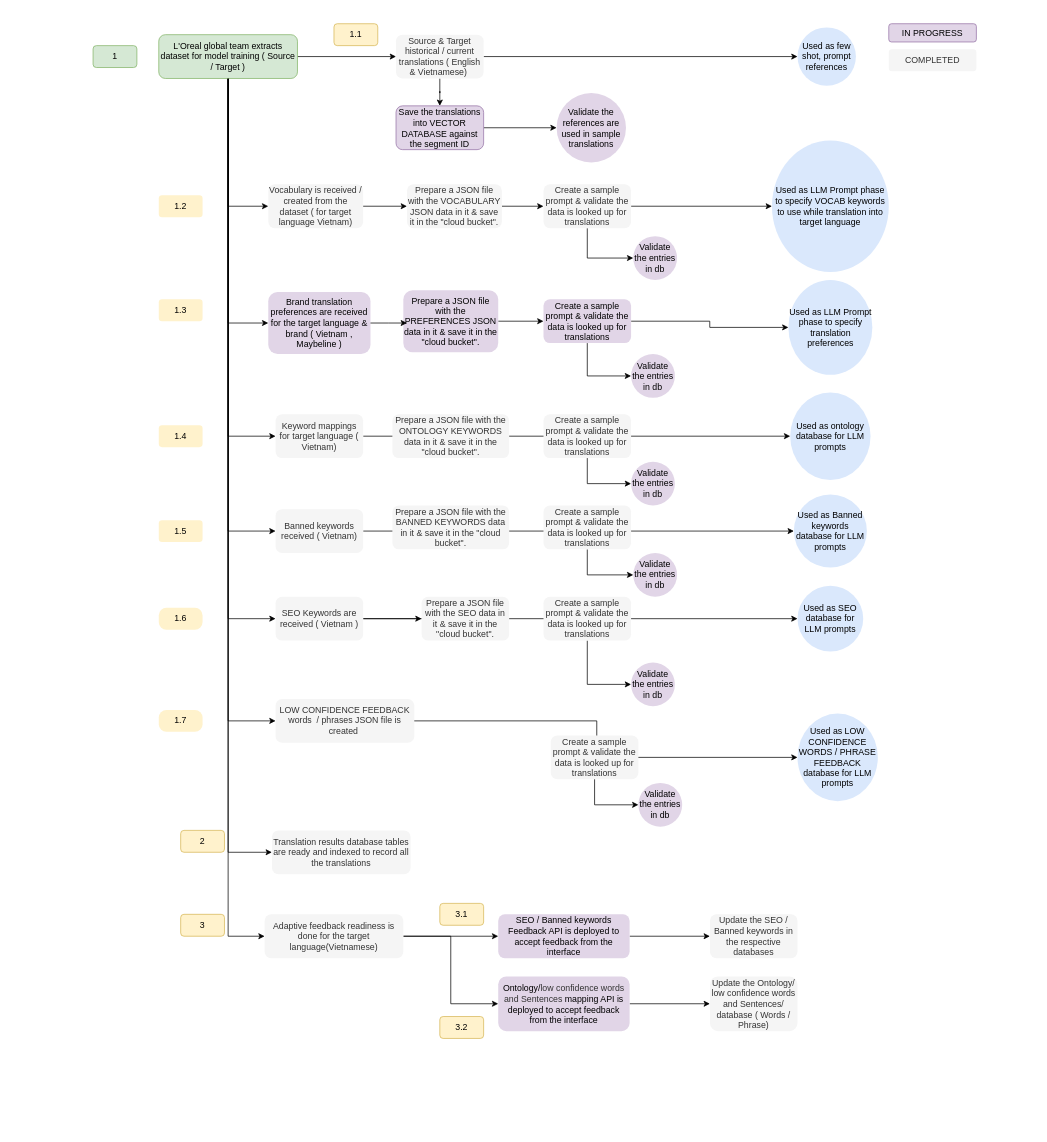
Before: page "Pre Translation" (1 of 3) of GenAI_WSF_Translation_Process_Flow.drawio in nsareen-oa/diagrams, a draw.io diagram. Source tidied: cells renumbered, new cells numbered last; positions are measured from the earlier drawing's top-left corner, leaving out a move shared by most shapes. Both pictures are drawn from the tidied source at 73%, with x=0, y=0 at pixel (12, 12).
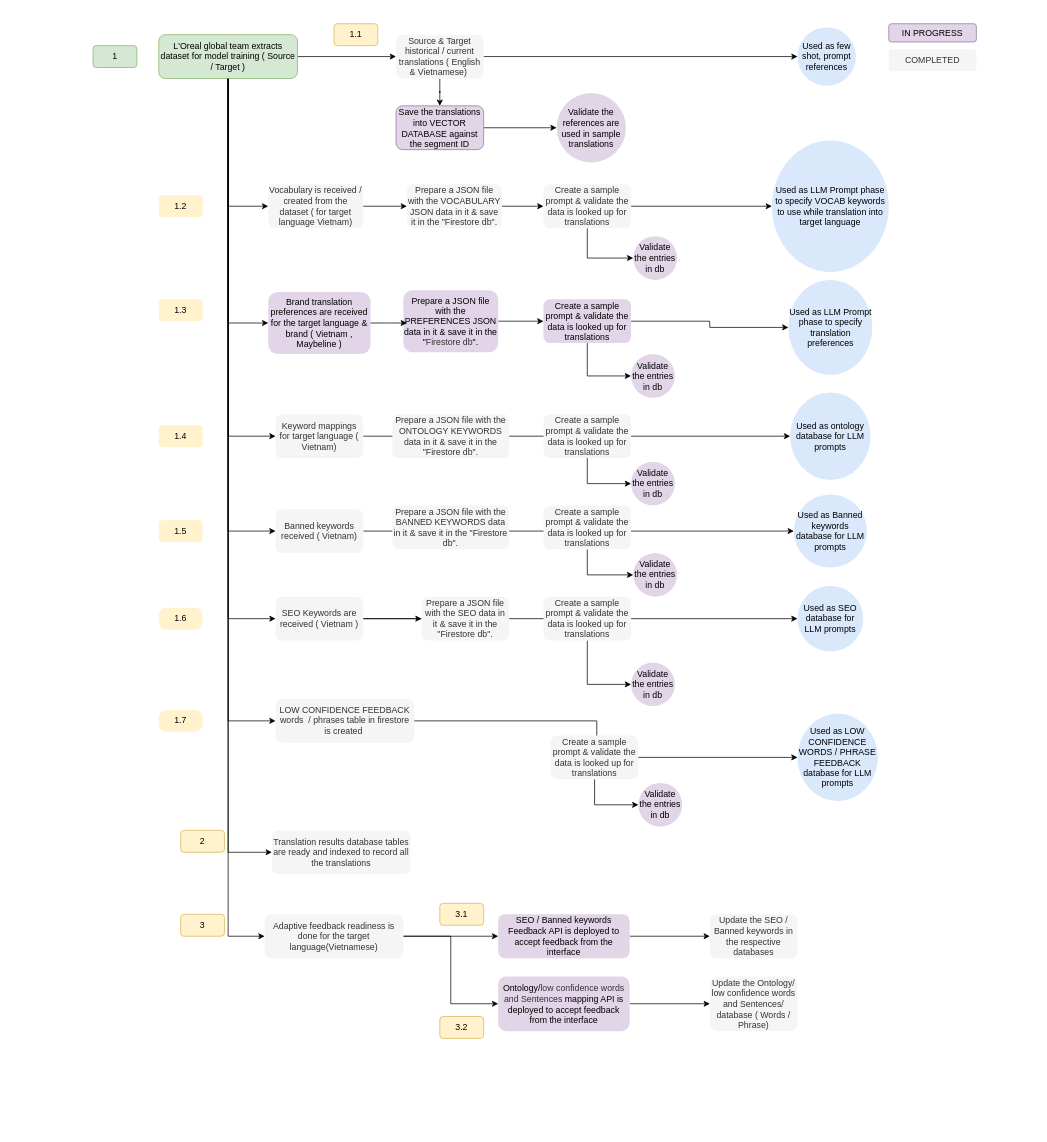
The same page after the edit.

Change to the diagram source:
```diff
@@
-    <mxCell id="42" value="Prepare a JSON file with the SEO data in it &amp;amp; save it in the &quot;cloud bucket&quot;." style="whiteSpace=wrap;html=1;rounded=1;glass=0;strokeWidth=1;shadow=0;fillColor=#f5f5f5;fontColor=#333333;strokeColor=none;" parent="1" vertex="1">
+    <mxCell id="42" value="Prepare a JSON file with the SEO data in it &amp;amp; save it in the &quot;Firestore db&quot;." style="whiteSpace=wrap;html=1;rounded=1;glass=0;strokeWidth=1;shadow=0;fillColor=#f5f5f5;fontColor=#333333;strokeColor=none;" parent="1" vertex="1">
       <mxGeometry x="560" y="800" width="120" height="60" as="geometry" />
     </mxCell>
@@
-    <mxCell id="45" value="Prepare a JSON file with the BANNED KEYWORDS data in it &amp;amp; save it in the &quot;cloud bucket&quot;." style="whiteSpace=wrap;html=1;rounded=1;glass=0;strokeWidth=1;shadow=0;fillColor=#f5f5f5;fontColor=#333333;strokeColor=none;" parent="1" vertex="1">
+    <mxCell id="45" value="Prepare a JSON file with the BANNED KEYWORDS data in it &amp;amp; save it in the &quot;Firestore db&quot;." style="whiteSpace=wrap;html=1;rounded=1;glass=0;strokeWidth=1;shadow=0;fillColor=#f5f5f5;fontColor=#333333;strokeColor=none;" parent="1" vertex="1">
       <mxGeometry x="520" y="675" width="160" height="60" as="geometry" />
     </mxCell>
@@
-    <mxCell id="48" value="Prepare a JSON file with the ONTOLOGY KEYWORDS data in it &amp;amp; save it in the &quot;cloud bucket&quot;." style="whiteSpace=wrap;html=1;rounded=1;glass=0;strokeWidth=1;shadow=0;fillColor=#f5f5f5;fontColor=#333333;strokeColor=none;" parent="1" vertex="1">
+    <mxCell id="48" value="Prepare a JSON file with the ONTOLOGY KEYWORDS data in it &amp;amp; save it in the &quot;Firestore db&quot;." style="whiteSpace=wrap;html=1;rounded=1;glass=0;strokeWidth=1;shadow=0;fillColor=#f5f5f5;fontColor=#333333;strokeColor=none;" parent="1" vertex="1">
       <mxGeometry x="520" y="550" width="160" height="60" as="geometry" />
     </mxCell>
@@
-    <mxCell id="52" value="Prepare a JSON file with the VOCABULARY JSON data in it &amp;amp; save it in the &quot;cloud bucket&quot;." style="whiteSpace=wrap;html=1;rounded=1;glass=0;strokeWidth=1;shadow=0;fillColor=#f5f5f5;fontColor=#333333;strokeColor=none;" parent="1" vertex="1">
+    <mxCell id="52" value="Prepare a JSON file with the VOCABULARY JSON data in it &amp;amp; save it in the &quot;Firestore db&quot;." style="whiteSpace=wrap;html=1;rounded=1;glass=0;strokeWidth=1;shadow=0;fillColor=#f5f5f5;fontColor=#333333;strokeColor=none;" parent="1" vertex="1">
       <mxGeometry x="540" y="235" width="130" height="60" as="geometry" />
     </mxCell>
@@
-    <mxCell id="60" value="Prepare a JSON file with the PREFERENCES JSON data in it &amp;amp; save it in the &quot;cloud bucket&quot;." style="whiteSpace=wrap;html=1;rounded=1;glass=0;strokeWidth=1;shadow=0;fillColor=#e1d5e7;strokeColor=none;" parent="1" vertex="1">
+    <mxCell id="60" value="Prepare a JSON file with the PREFERENCES JSON data in it &amp;amp; save it in the &quot;&lt;span style=&quot;color: rgb(51, 51, 51);&quot;&gt;Firestore db&lt;/span&gt;&quot;." style="whiteSpace=wrap;html=1;rounded=1;glass=0;strokeWidth=1;shadow=0;fillColor=#e1d5e7;strokeColor=none;" parent="1" vertex="1">
       <mxGeometry x="535" y="380" width="130" height="85" as="geometry" />
     </mxCell>
@@
-    <mxCell id="82" value="LOW CONFIDENCE FEEDBACK words&amp;nbsp; / phrases JSON file is created&amp;nbsp;" style="whiteSpace=wrap;html=1;rounded=1;glass=0;strokeWidth=1;shadow=0;fillColor=#f5f5f5;fontColor=#333333;strokeColor=none;" parent="1" vertex="1">
+    <mxCell id="82" value="LOW CONFIDENCE FEEDBACK words&amp;nbsp; / phrases table in firestore is created&amp;nbsp;" style="whiteSpace=wrap;html=1;rounded=1;glass=0;strokeWidth=1;shadow=0;fillColor=#f5f5f5;fontColor=#333333;strokeColor=none;" parent="1" vertex="1">
       <mxGeometry x="360" y="940" width="190" height="60" as="geometry" />
     </mxCell>
```
